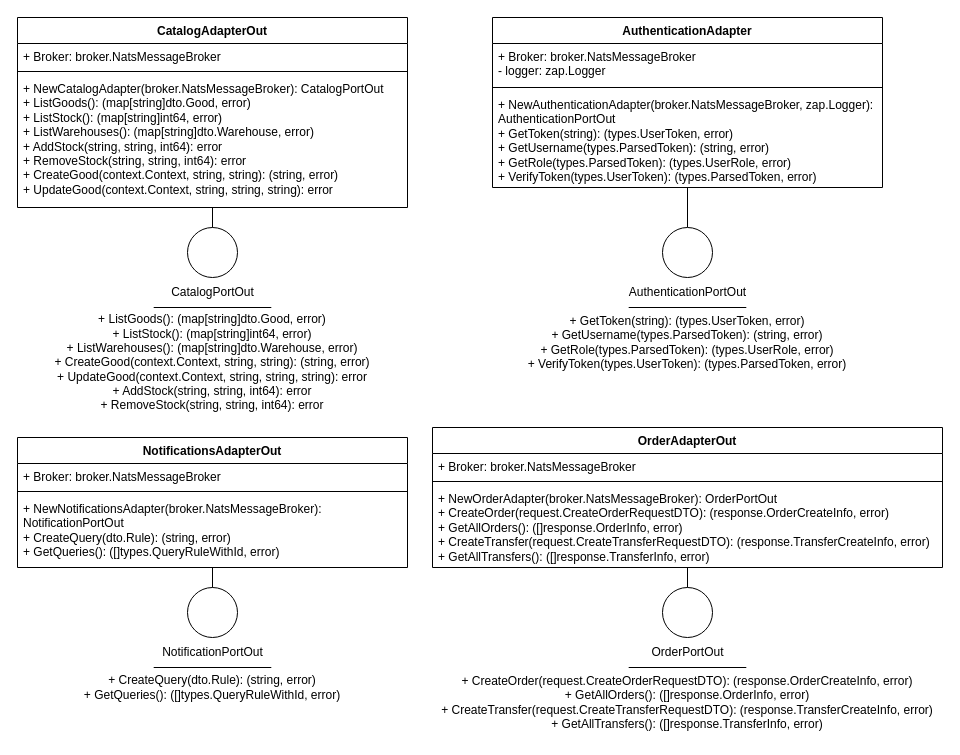
alimitedgroup/alimitedgroup.github.io keeps this draw.io diagram as page "adapterout" (4 of 4) of assets/drawio/apigateway.drawio. Above is the earlier version. Source tidied: cells renumbered, new cells numbered last; positions are measured from the earlier drawing's top-left corner, leaving out a move shared by most shapes. Both pictures are drawn from the tidied source at 100%, with x=0, y=0 at pixel (17, 17).
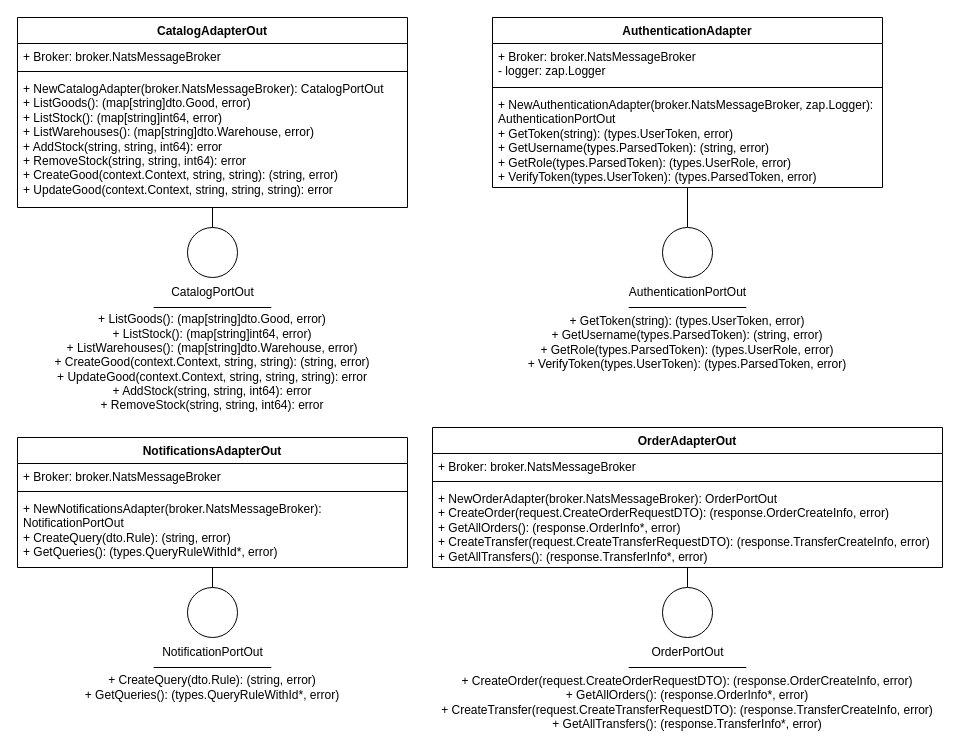
After the change.

Commit message (it also covers changes not shown here):
fix array types in UML

The change refers to these unchanged cells:
```xml
<mxCell id="13" value="NotificationsAdapterOut" style="swimlane;fontStyle=1;align=center;verticalAlign=top;horizontal=1;startSize=26;whiteSpace=wrap;html=1;" parent="1" vertex="1">
  <mxGeometry y="420" width="390" height="130" as="geometry" />
</mxCell>
<mxCell id="18" value="OrderAdapterOut" style="swimlane;fontStyle=1;align=center;verticalAlign=top;horizontal=1;startSize=26;whiteSpace=wrap;html=1;" parent="1" vertex="1">
  <mxGeometry x="415" y="410" width="510" height="140" as="geometry" />
</mxCell>
```

What changed in the source:
```diff
@@
-    <mxCell id="16" value="&lt;div&gt;+&amp;nbsp;NewNotificationsAdapter(broker.NatsMessageBroker): NotificationPortOut&lt;/div&gt;+ CreateQuery(dto.Rule): (string, error)&lt;br&gt;+ GetQueries(): ([]types.QueryRuleWithId, error)" style="text;strokeColor=none;fillColor=none;align=left;verticalAlign=top;spacingLeft=4;spacingRight=4;overflow=hidden;whiteSpace=wrap;html=1;" parent="13" vertex="1">
+    <mxCell id="16" value="&lt;div&gt;+&amp;nbsp;NewNotificationsAdapter(broker.NatsMessageBroker): NotificationPortOut&lt;/div&gt;+ CreateQuery(dto.Rule): (string, error)&lt;br&gt;+ GetQueries(): (types.QueryRuleWithId*, error)" style="text;strokeColor=none;fillColor=none;align=left;verticalAlign=top;spacingLeft=4;spacingRight=4;overflow=hidden;whiteSpace=wrap;html=1;" parent="13" vertex="1">
       <mxGeometry y="58" width="390" height="72" as="geometry" />
     </mxCell>
@@
-    <mxCell id="21" value="&lt;div&gt;+&amp;nbsp;NewOrderAdapter(broker.NatsMessageBroker): OrderPortOut&lt;/div&gt;+ CreateOrder(request.CreateOrderRequestDTO): (response.OrderCreateInfo, error)&lt;br&gt;+ GetAllOrders(): ([]response.OrderInfo, error)&lt;br&gt;+ CreateTransfer(request.CreateTransferRequestDTO): (response.TransferCreateInfo, error)&lt;br&gt;+ GetAllTransfers(): ([]response.TransferInfo, error)" style="text;strokeColor=none;fillColor=none;align=left;verticalAlign=top;spacingLeft=4;spacingRight=4;overflow=hidden;whiteSpace=wrap;html=1;" parent="18" vertex="1">
+    <mxCell id="21" value="&lt;div&gt;+&amp;nbsp;NewOrderAdapter(broker.NatsMessageBroker): OrderPortOut&lt;/div&gt;+ CreateOrder(request.CreateOrderRequestDTO): (response.OrderCreateInfo, error)&lt;br&gt;+ GetAllOrders(): (response.OrderInfo*, error)&lt;br&gt;+ CreateTransfer(request.CreateTransferRequestDTO): (response.TransferCreateInfo, error)&lt;br&gt;+ GetAllTransfers(): (response.TransferInfo*, error)" style="text;strokeColor=none;fillColor=none;align=left;verticalAlign=top;spacingLeft=4;spacingRight=4;overflow=hidden;whiteSpace=wrap;html=1;" parent="18" vertex="1">
       <mxGeometry y="58" width="510" height="82" as="geometry" />
     </mxCell>
@@
-    <mxCell id="29" value="+ CreateQuery(dto.Rule): (string, error)&lt;br&gt;+ GetQueries(): ([]types.QueryRuleWithId, error)" style="text;html=1;align=center;verticalAlign=middle;whiteSpace=wrap;rounded=0;" parent="1" vertex="1">
+    <mxCell id="29" value="+ CreateQuery(dto.Rule): (string, error)&lt;br&gt;+ GetQueries(): (types.QueryRuleWithId*, error)" style="text;html=1;align=center;verticalAlign=middle;whiteSpace=wrap;rounded=0;" parent="1" vertex="1">
       <mxGeometry x="55" y="650" width="280" height="40" as="geometry" />
     </mxCell>
@@
-    <mxCell id="37" value="+ CreateOrder(request.CreateOrderRequestDTO): (response.OrderCreateInfo, error)&lt;br&gt;+ GetAllOrders(): ([]response.OrderInfo, error)&lt;br&gt;+ CreateTransfer(request.CreateTransferRequestDTO): (response.TransferCreateInfo, error)&lt;br&gt;+ GetAllTransfers(): ([]response.TransferInfo, error)" style="text;html=1;align=center;verticalAlign=middle;whiteSpace=wrap;rounded=0;" parent="1" vertex="1">
+    <mxCell id="37" value="+ CreateOrder(request.CreateOrderRequestDTO): (response.OrderCreateInfo, error)&lt;br&gt;+ GetAllOrders(): (response.OrderInfo*, error)&lt;br&gt;+ CreateTransfer(request.CreateTransferRequestDTO): (response.TransferCreateInfo, error)&lt;br&gt;+ GetAllTransfers(): (response.TransferInfo*, error)" style="text;html=1;align=center;verticalAlign=middle;whiteSpace=wrap;rounded=0;" parent="1" vertex="1">
       <mxGeometry x="420" y="650" width="500" height="70" as="geometry" />
     </mxCell>
```
